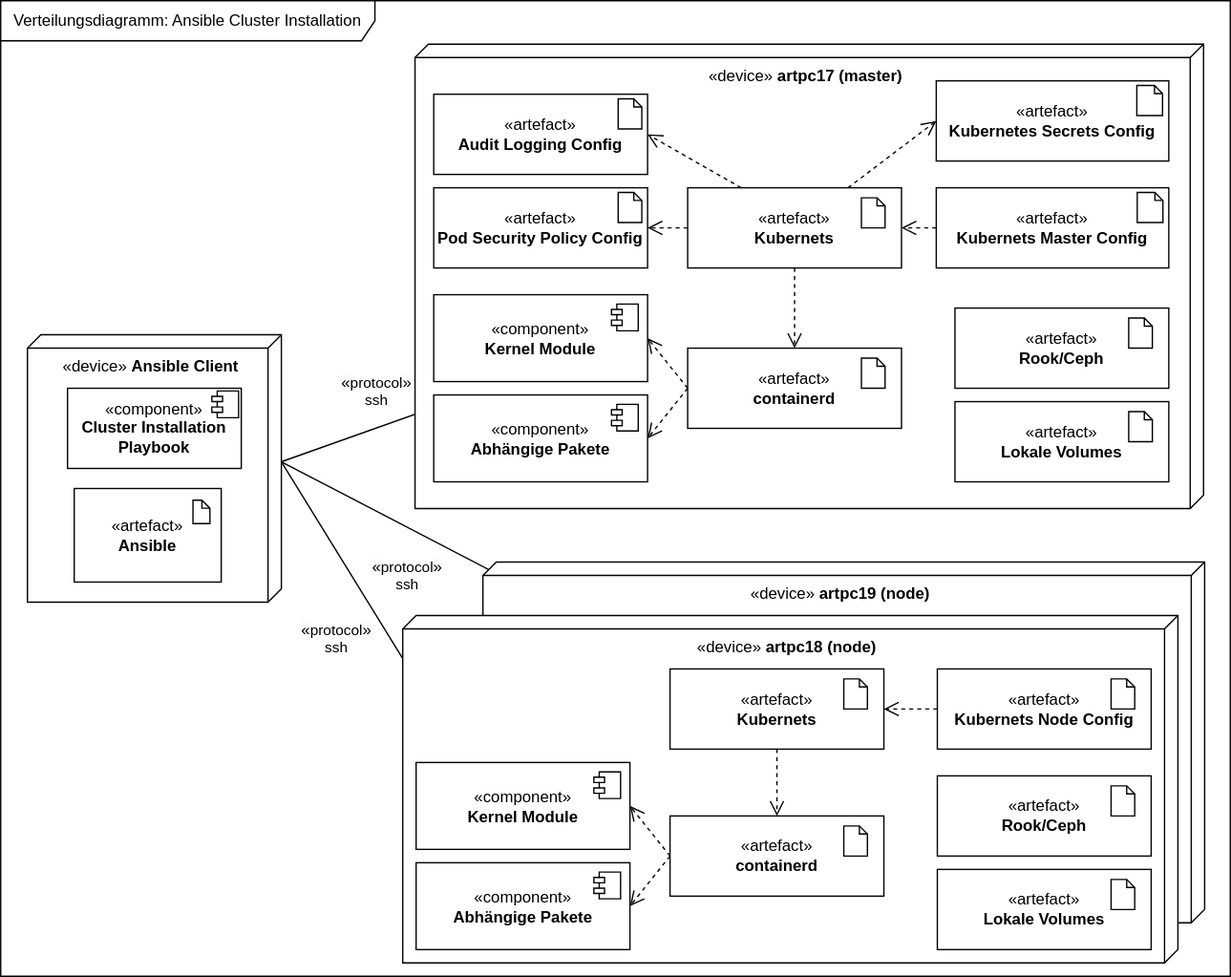
pogii123/drawio-charts keeps this draw.io diagram as uni-bsc/Ansible-Installation.drawio.svg. Above is the earlier version. Source tidied: cells renumbered, new cells last; positions are measured from the earlier drawing's top-left corner, leaving out a move shared by most shapes.
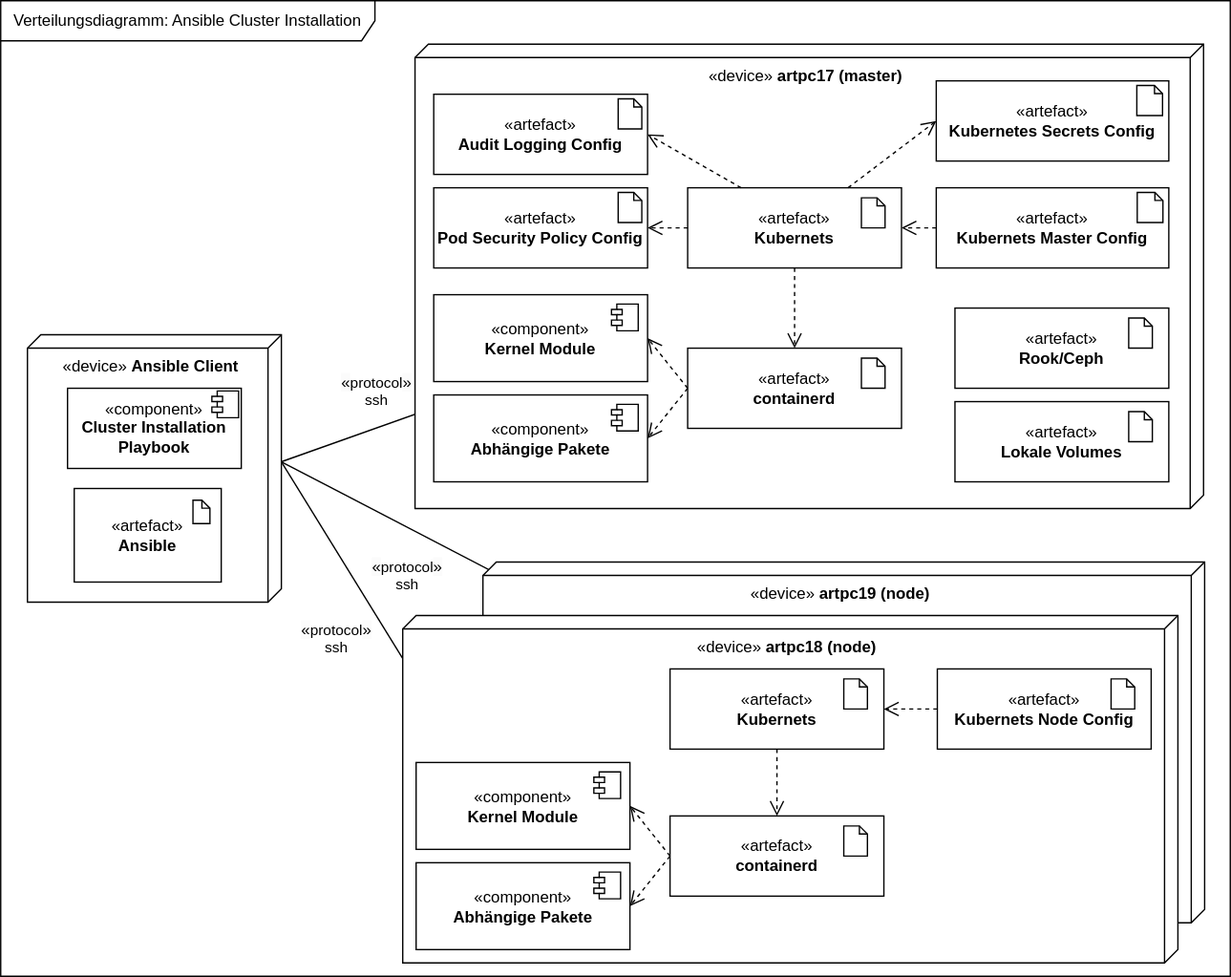
After the change.

What changed in the source:
```diff
@@ -96,24 +96,6 @@
     <mxCell id="29" style="shape=note2;boundedLbl=1;whiteSpace=wrap;html=1;size=6;verticalAlign=top;align=left;spacingLeft=5;" parent="27" vertex="1">
       <mxGeometry x="130" y="7.5" width="17.7" height="22.5" as="geometry" />
     </mxCell>
-    <mxCell id="30" style="group;" parent="1" vertex="1">
-      <mxGeometry x="700.8" y="580" width="160" height="60" as="geometry" />
-    </mxCell>
-    <mxCell id="31" value="«artefact»&lt;br&gt;&lt;b&gt;Rook/Ceph&lt;/b&gt;" style="html=1;whiteSpace=wrap;" parent="30" vertex="1">
-      <mxGeometry width="160" height="60" as="geometry" />
-    </mxCell>
-    <mxCell id="32" style="shape=note2;boundedLbl=1;whiteSpace=wrap;html=1;size=6;verticalAlign=top;align=left;spacingLeft=5;" parent="30" vertex="1">
-      <mxGeometry x="130" y="7.5" width="17.7" height="22.5" as="geometry" />
-    </mxCell>
-    <mxCell id="33" style="group;" parent="1" vertex="1">
-      <mxGeometry x="700.8" y="650" width="160" height="60" as="geometry" />
-    </mxCell>
-    <mxCell id="34" value="«artefact»&lt;br&gt;&lt;b&gt;Lokale Volumes&lt;/b&gt;" style="html=1;whiteSpace=wrap;" parent="33" vertex="1">
-      <mxGeometry width="160" height="60" as="geometry" />
-    </mxCell>
-    <mxCell id="35" style="shape=note2;boundedLbl=1;whiteSpace=wrap;html=1;size=6;verticalAlign=top;align=left;spacingLeft=5;" parent="33" vertex="1">
-      <mxGeometry x="130" y="7.5" width="17.7" height="22.5" as="geometry" />
-    </mxCell>
     <mxCell id="36" style="rounded=0;jettySize=auto;html=1;exitX=0;exitY=0.5;exitDx=0;exitDy=0;entryX=1;entryY=0.5;entryDx=0;entryDy=0;dashed=1;endArrow=open;endFill=0;endSize=9;" parent="1" edge="1" source="28" target="25">
       <mxGeometry relative="1" as="geometry">
         <Array as="points">
```
